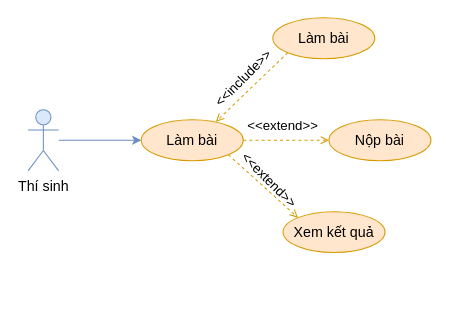
Earlier version of the draw.io diagram document/temp/draw/usecase_phanra/usecase_lambai.drawio (copecute/Edudex-Quiz). Source tidied: cells renumbered, new cells numbered last; positions are measured from the earlier drawing's top-left corner, leaving out a move shared by most shapes. Both pictures are drawn from the tidied source at 102%, with x=0, y=0 at pixel (28, 17).
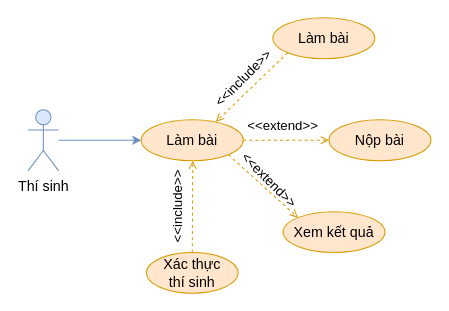
Above is the later version.

Diff of the diagram source:
```diff
@@
 <mxGraphModel>
   <root>
     <mxCell id="0" />
     <mxCell id="1" parent="0" />
     <mxCell id="2" style="rounded=0;jettySize=auto;html=1;dashed=1;fillColor=#ffe6cc;strokeColor=#d79b00;fontSize=14;endArrow=open;endFill=0;" parent="1" edge="1" source="4" target="7">
       <mxGeometry relative="1" as="geometry" />
     </mxCell>
     <mxCell id="3" style="rounded=0;jettySize=auto;html=1;exitX=1;exitY=1;exitDx=0;exitDy=0;entryX=0;entryY=0;entryDx=0;entryDy=0;dashed=1;endArrow=open;endFill=0;fillColor=#ffe6cc;strokeColor=#d79b00;" parent="1" edge="1" source="4" target="12">
       <mxGeometry relative="1" as="geometry" />
     </mxCell>
     <mxCell id="4" value="Làm bài" style="ellipse;whiteSpace=wrap;html=1;fillColor=#ffe6cc;strokeColor=#d79b00;fontSize=14;" parent="1" vertex="1">
       <mxGeometry x="111" y="100" width="100" height="40" as="geometry" />
     </mxCell>
     <mxCell id="5" style="rounded=0;jettySize=auto;html=1;exitX=0;exitY=1;exitDx=0;exitDy=0;entryX=0.731;entryY=0.047;entryDx=0;entryDy=0;fillColor=#ffe6cc;strokeColor=#d79b00;entryPerimeter=0;dashed=1;fontSize=14;endArrow=open;endFill=0;" parent="1" edge="1" source="6" target="4">
       <mxGeometry relative="1" as="geometry" />
     </mxCell>
     <mxCell id="6" value="Làm bài" style="ellipse;whiteSpace=wrap;html=1;fillColor=#ffe6cc;strokeColor=#d79b00;fontSize=14;" parent="1" vertex="1">
       <mxGeometry x="240" width="100" height="40" as="geometry" />
     </mxCell>
     <mxCell id="7" value="Nộp bài" style="ellipse;whiteSpace=wrap;html=1;fillColor=#ffe6cc;strokeColor=#d79b00;fontSize=14;" parent="1" vertex="1">
       <mxGeometry x="295" y="100" width="100" height="40" as="geometry" />
     </mxCell>
     <mxCell id="8" value="&lt;font style=&quot;font-size: 13px;&quot;&gt;&amp;lt;&amp;lt;extend&amp;gt;&amp;gt;&lt;/font&gt;" style="text;html=1;strokeColor=none;fillColor=none;align=center;verticalAlign=middle;whiteSpace=wrap;rounded=0;rotation=0;fontSize=13;" parent="1" vertex="1">
       <mxGeometry x="220" y="90" width="60" height="30" as="geometry" />
     </mxCell>
     <mxCell id="9" value="&lt;font style=&quot;font-size: 13px;&quot;&gt;&amp;lt;&amp;lt;include&amp;gt;&amp;gt;&lt;/font&gt;" style="text;html=1;strokeColor=none;fillColor=none;align=center;verticalAlign=middle;whiteSpace=wrap;rounded=0;rotation=-45;fontSize=13;" parent="1" vertex="1">
       <mxGeometry x="181" y="44" width="60" height="30" as="geometry" />
     </mxCell>
     <mxCell id="10" style="rounded=0;jettySize=auto;html=1;entryX=0;entryY=0.5;entryDx=0;entryDy=0;fillColor=#dae8fc;strokeColor=#6c8ebf;fontSize=14;" parent="1" edge="1" source="11" target="4">
       <mxGeometry relative="1" as="geometry" />
     </mxCell>
     <mxCell id="11" value="Thí sinh" style="shape=umlActor;verticalLabelPosition=bottom;verticalAlign=top;html=1;outlineConnect=0;fillColor=#dae8fc;strokeColor=#6c8ebf;fontSize=14;" parent="1" vertex="1">
       <mxGeometry y="90" width="30" height="60" as="geometry" />
     </mxCell>
     <mxCell id="12" value="Xem kết quả" style="ellipse;whiteSpace=wrap;html=1;fillColor=#ffe6cc;strokeColor=#d79b00;fontSize=14;" parent="1" vertex="1">
       <mxGeometry x="250" y="190" width="100" height="40" as="geometry" />
     </mxCell>
     <mxCell id="13" value="&lt;font style=&quot;font-size: 13px;&quot;&gt;&amp;lt;&amp;lt;extend&amp;gt;&amp;gt;&lt;/font&gt;" style="text;html=1;strokeColor=none;fillColor=none;align=center;verticalAlign=middle;whiteSpace=wrap;rounded=0;rotation=45;fontSize=13;" parent="1" vertex="1">
       <mxGeometry x="207" y="144" width="60" height="30" as="geometry" />
     </mxCell>
+    <mxCell id="14" style="rounded=0;jettySize=auto;html=1;exitX=0.5;exitY=0;exitDx=0;exitDy=0;entryX=0.5;entryY=1;entryDx=0;entryDy=0;fillColor=#ffe6cc;strokeColor=#d79b00;endArrow=open;endFill=0;dashed=1;" parent="1" edge="1" source="15">
+      <mxGeometry relative="1" as="geometry">
+        <mxPoint x="161.5" y="140" as="targetPoint" />
+      </mxGeometry>
+    </mxCell>
+    <mxCell id="15" value="Xác thực&lt;div&gt;thí sinh&lt;/div&gt;" style="ellipse;whiteSpace=wrap;html=1;fillColor=#ffe6cc;strokeColor=#d79b00;fontSize=14;" parent="1" vertex="1">
+      <mxGeometry x="116" y="230" width="90" height="40" as="geometry" />
+    </mxCell>
+    <mxCell id="16" value="&lt;font style=&quot;font-size: 13px;&quot;&gt;&amp;lt;&amp;lt;include&amp;gt;&amp;gt;&lt;/font&gt;" style="text;html=1;strokeColor=none;fillColor=none;align=center;verticalAlign=middle;whiteSpace=wrap;rounded=0;rotation=-90;fontSize=13;" parent="1" vertex="1">
+      <mxGeometry x="116" y="170" width="60" height="30" as="geometry" />
+    </mxCell>
   </root>
 </mxGraphModel>
```
